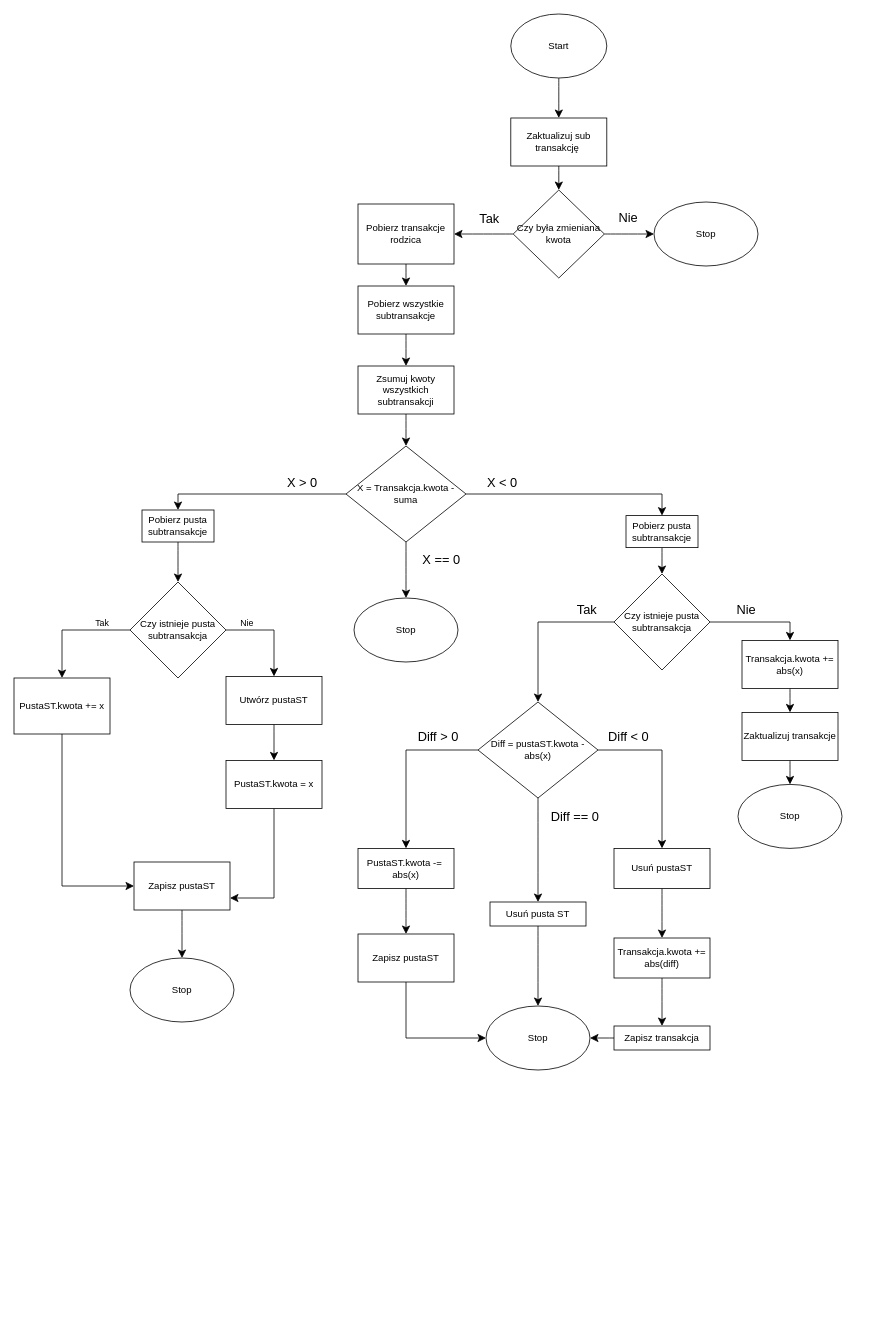
Above: UpdateSubTransactionLogic.drawio in Dymekk208j/Diagrams (draw.io), before the change. Source tidied: cells renumbered, new cells numbered last; positions are measured from the earlier drawing's top-left corner, leaving out a move shared by most shapes. Both pictures are drawn from the tidied source at 80%, with x=0, y=0 at pixel (14, 14).
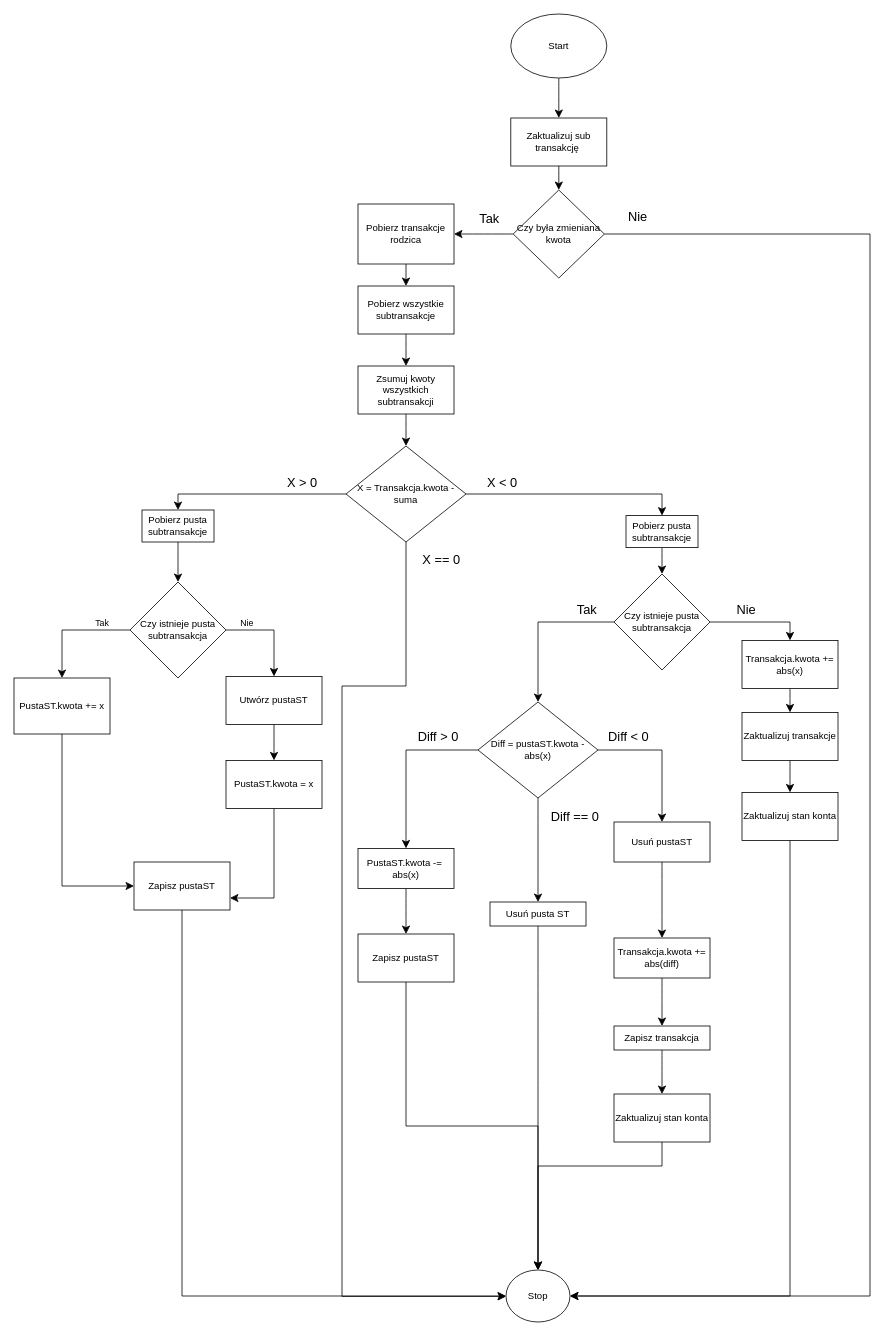
The same diagram, later.

The change refers to these unchanged cells:
```xml
<mxCell id="8" value="Czy była zmieniana kwota" style="rhombus;whiteSpace=wrap;html=1;" parent="1" vertex="1">
  <mxGeometry x="624" y="220" width="114" height="110" as="geometry" />
</mxCell>
<mxCell id="19" value="X = Transakcja.kwota - suma" style="rhombus;whiteSpace=wrap;html=1;" parent="1" vertex="1">
  <mxGeometry x="415" y="540" width="150" height="120" as="geometry" />
</mxCell>
<mxCell id="31" value="Zaktualizuj transakcje" style="whiteSpace=wrap;html=1;" parent="1" vertex="1">
  <mxGeometry x="910" y="873" width="120" height="60" as="geometry" />
</mxCell>
<mxCell id="57" value="Zapisz transakcja" style="whiteSpace=wrap;html=1;" parent="1" vertex="1">
  <mxGeometry x="750" y="1265" width="120" height="30" as="geometry" />
</mxCell>
<mxCell id="68" value="Zapisz pustaST" style="whiteSpace=wrap;html=1;" parent="1" vertex="1">
  <mxGeometry x="150" y="1060" width="120" height="60" as="geometry" />
</mxCell>
```

The edit, as a diff of the source:
```diff
@@
-    <mxCell id="6" style="edgeStyle=none;curved=1;rounded=0;jettySize=auto;html=1;fontSize=12;startSize=8;endSize=8;" parent="1" edge="1" source="8" target="9">
-      <mxGeometry relative="1" as="geometry" />
-    </mxCell>
@@
+    <mxCell id="74" style="edgeStyle=orthogonalEdgeStyle;rounded=0;jettySize=auto;html=1;fontSize=12;startSize=8;endSize=8;entryX=0.5;entryY=0;entryDx=0;entryDy=0;exitX=1;exitY=0.5;exitDx=0;exitDy=0;" parent="1" edge="1" source="8" target="51">
+      <mxGeometry relative="1" as="geometry">
+        <Array as="points">
+          <mxPoint x="1070" y="1603" />
+        </Array>
+      </mxGeometry>
+    </mxCell>
@@
-    <mxCell id="9" value="Stop" style="ellipse;whiteSpace=wrap;html=1;" parent="1" vertex="1">
-      <mxGeometry x="800" y="235" width="130" height="80" as="geometry" />
-    </mxCell>
@@
     <mxCell id="12" value="Nie" style="text;strokeColor=none;align=center;fillColor=none;html=1;verticalAlign=middle;whiteSpace=wrap;rounded=0;fontSize=16;" parent="1" vertex="1">
-      <mxGeometry x="738" y="240" width="60" height="30" as="geometry" />
+      <mxGeometry x="750" y="237.5" width="60" height="30" as="geometry" />
     </mxCell>
@@
-    <mxCell id="17" style="edgeStyle=none;curved=1;rounded=0;jettySize=auto;html=1;fontSize=12;startSize=8;endSize=8;entryX=0.5;entryY=0;entryDx=0;entryDy=0;" parent="1" edge="1" source="19" target="24">
+    <mxCell id="17" style="edgeStyle=orthogonalEdgeStyle;rounded=0;jettySize=auto;html=1;fontSize=12;startSize=8;endSize=8;" parent="1" edge="1" source="19" target="51">
       <mxGeometry relative="1" as="geometry">
         <Array as="points">
-          <mxPoint x="490" y="710" />
+          <mxPoint x="490" y="840" />
+          <mxPoint x="410" y="840" />
+          <mxPoint x="410" y="1603" />
         </Array>
       </mxGeometry>
     </mxCell>
@@
-    <mxCell id="24" value="Stop" style="ellipse;whiteSpace=wrap;html=1;" parent="1" vertex="1">
-      <mxGeometry x="425" y="730" width="130" height="80" as="geometry" />
-    </mxCell>
@@
-    <mxCell id="30" style="edgeStyle=none;curved=1;rounded=0;jettySize=auto;html=1;fontSize=12;startSize=8;endSize=8;" parent="1" edge="1" source="31" target="32">
-      <mxGeometry relative="1" as="geometry" />
-    </mxCell>
+    <mxCell id="75" style="edgeStyle=none;curved=1;rounded=0;jettySize=auto;html=1;fontSize=12;startSize=8;endSize=8;" parent="1" edge="1" source="31" target="79">
+      <mxGeometry relative="1" as="geometry" />
+    </mxCell>
@@
-    <mxCell id="32" value="Stop" style="ellipse;whiteSpace=wrap;html=1;" parent="1" vertex="1">
-      <mxGeometry x="905" y="963" width="130" height="80" as="geometry" />
-    </mxCell>
@@
     <mxCell id="47" value="Usuń pustaST" style="whiteSpace=wrap;html=1;" parent="1" vertex="1">
-      <mxGeometry x="750" y="1043" width="120" height="50" as="geometry" />
+      <mxGeometry x="750" y="1010" width="120" height="50" as="geometry" />
     </mxCell>
@@
-    <mxCell id="51" value="Stop" style="ellipse;whiteSpace=wrap;html=1;" parent="1" vertex="1">
-      <mxGeometry x="590" y="1240" width="130" height="80" as="geometry" />
+    <mxCell id="51" value="Stop" style="ellipse;whiteSpace=wrap;html=1;direction=south;" parent="1" vertex="1">
+      <mxGeometry x="615" y="1570" width="80" height="65" as="geometry" />
     </mxCell>
@@
-    <mxCell id="56" style="edgeStyle=none;curved=1;rounded=0;jettySize=auto;html=1;fontSize=12;startSize=8;endSize=8;" parent="1" edge="1" source="57" target="51">
-      <mxGeometry relative="1" as="geometry" />
-    </mxCell>
+    <mxCell id="76" style="edgeStyle=none;curved=1;rounded=0;jettySize=auto;html=1;fontSize=12;startSize=8;endSize=8;" parent="1" edge="1" source="57" target="81">
+      <mxGeometry relative="1" as="geometry" />
+    </mxCell>
@@
-    <mxCell id="67" style="edgeStyle=none;curved=1;rounded=0;jettySize=auto;html=1;fontSize=12;startSize=8;endSize=8;" parent="1" edge="1" source="68" target="69">
-      <mxGeometry relative="1" as="geometry" />
-    </mxCell>
+    <mxCell id="77" style="edgeStyle=orthogonalEdgeStyle;rounded=0;jettySize=auto;html=1;fontSize=12;startSize=8;endSize=8;exitX=0.5;exitY=1;exitDx=0;exitDy=0;entryX=0.5;entryY=1;entryDx=0;entryDy=0;" parent="1" edge="1" source="68" target="51">
+      <mxGeometry relative="1" as="geometry" />
+    </mxCell>
@@
-    <mxCell id="69" value="Stop" style="ellipse;whiteSpace=wrap;html=1;" parent="1" vertex="1">
-      <mxGeometry x="145" y="1180" width="130" height="80" as="geometry" />
-    </mxCell>
@@
+    <mxCell id="78" style="edgeStyle=orthogonalEdgeStyle;rounded=0;jettySize=auto;html=1;fontSize=12;startSize=8;endSize=8;entryX=0.5;entryY=0;entryDx=0;entryDy=0;" parent="1" edge="1" source="79" target="51">
+      <mxGeometry relative="1" as="geometry">
+        <Array as="points">
+          <mxPoint x="970" y="1603" />
+        </Array>
+      </mxGeometry>
+    </mxCell>
+    <mxCell id="79" value="Zaktualizuj stan konta" style="whiteSpace=wrap;html=1;" parent="1" vertex="1">
+      <mxGeometry x="910" y="973" width="120" height="60" as="geometry" />
+    </mxCell>
+    <mxCell id="80" style="edgeStyle=orthogonalEdgeStyle;rounded=0;jettySize=auto;html=1;fontSize=12;startSize=8;endSize=8;entryX=0;entryY=0.5;entryDx=0;entryDy=0;" parent="1" edge="1" source="81" target="51">
+      <mxGeometry relative="1" as="geometry">
+        <Array as="points">
+          <mxPoint x="810" y="1440" />
+          <mxPoint x="655" y="1440" />
+        </Array>
+      </mxGeometry>
+    </mxCell>
+    <mxCell id="81" value="Zaktualizuj stan konta" style="whiteSpace=wrap;html=1;" parent="1" vertex="1">
+      <mxGeometry x="750" y="1350" width="120" height="60" as="geometry" />
+    </mxCell>
```
